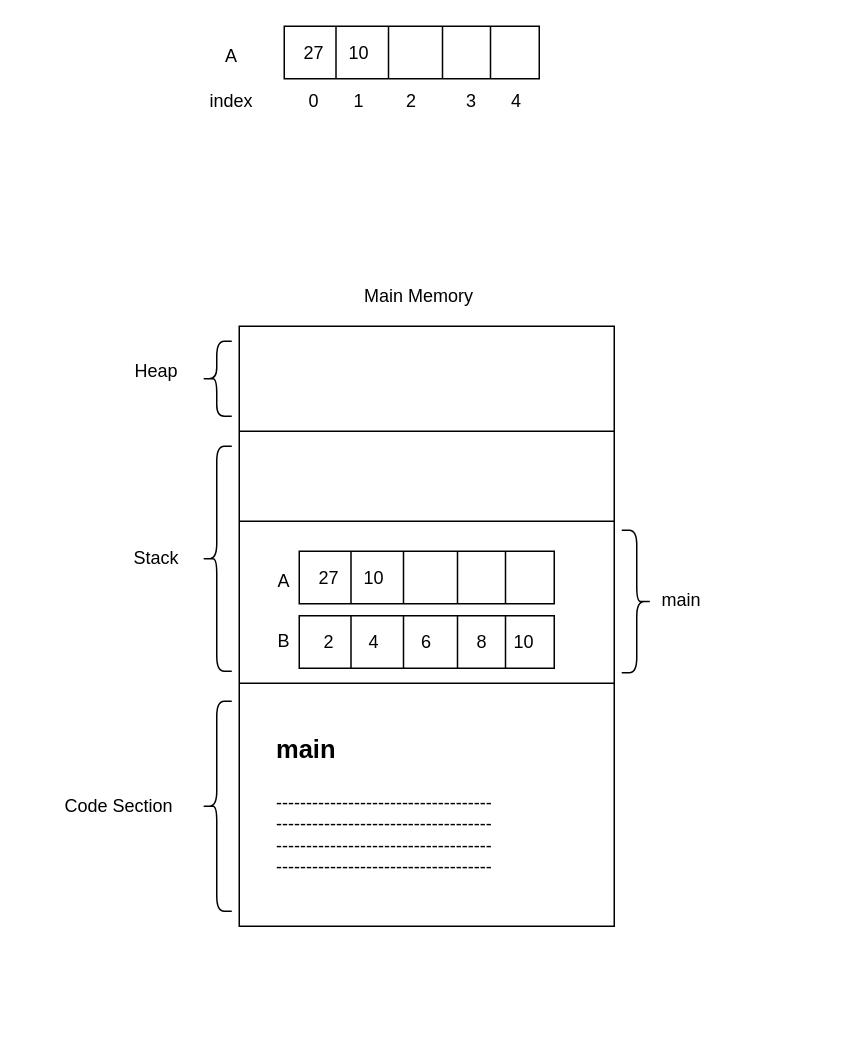
This is 0 - c and c++ concepts/0 - arrays/1 - arrays.drawio from ridhuanhassan/ds-algo, a draw.io file, before an edit. Source tidied: cells renumbered, new cells numbered last; positions are measured from the earlier drawing's top-left corner, leaving out a move shared by most shapes. Both pictures are drawn from the tidied source at 150%, with x=0, y=0 at pixel (58, 26).
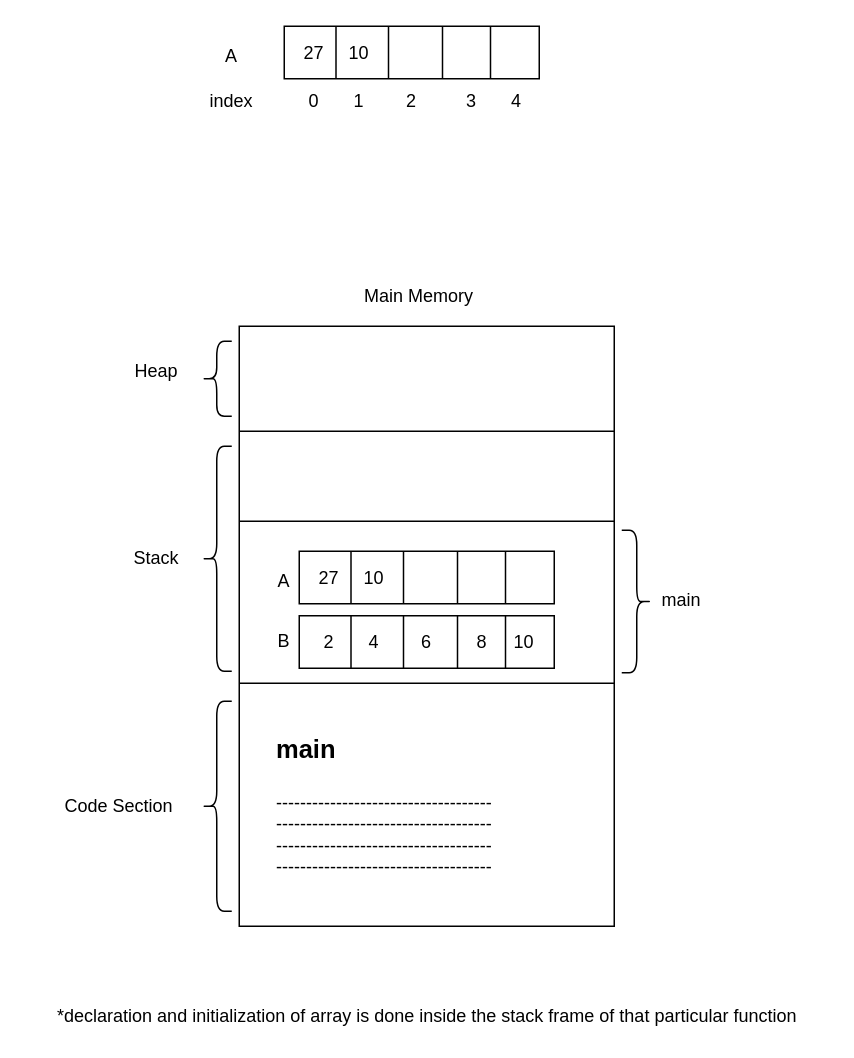
The same diagram, later.

Commit message (it also covers changes not shown here):
add comment regarding stack frame

What changed in the source:
```diff
@@
+    <mxCell id="49" value="*declaration and initialization of array is done inside the stack frame of that particular function" style="text;html=1;strokeColor=none;fillColor=none;align=center;verticalAlign=middle;whiteSpace=wrap;rounded=0;" parent="1" vertex="1">
+      <mxGeometry x="-22.5" y="650" width="535" height="20" as="geometry" />
+    </mxCell>
```
